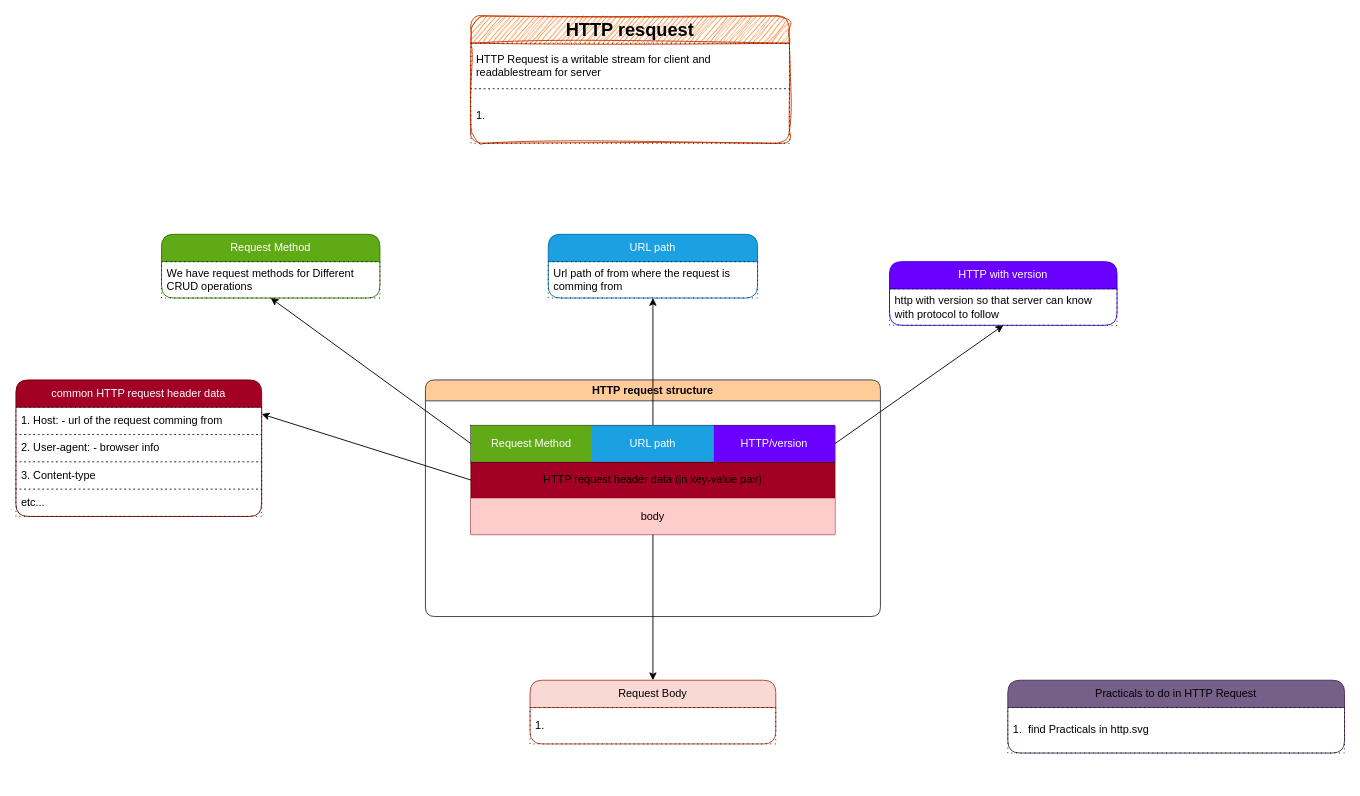
Earlier version of the draw.io diagram computer-networking/protocols/hypertext-transfer-protocol/http-req/httpreq.dio (knkrn5/Programming-Concepts). Source tidied: cells renumbered, new cells numbered last; positions are measured from the earlier drawing's top-left corner, leaving out a move shared by most shapes. Both pictures are drawn from the tidied source at 91%, with x=0, y=0 at pixel (15, 15).
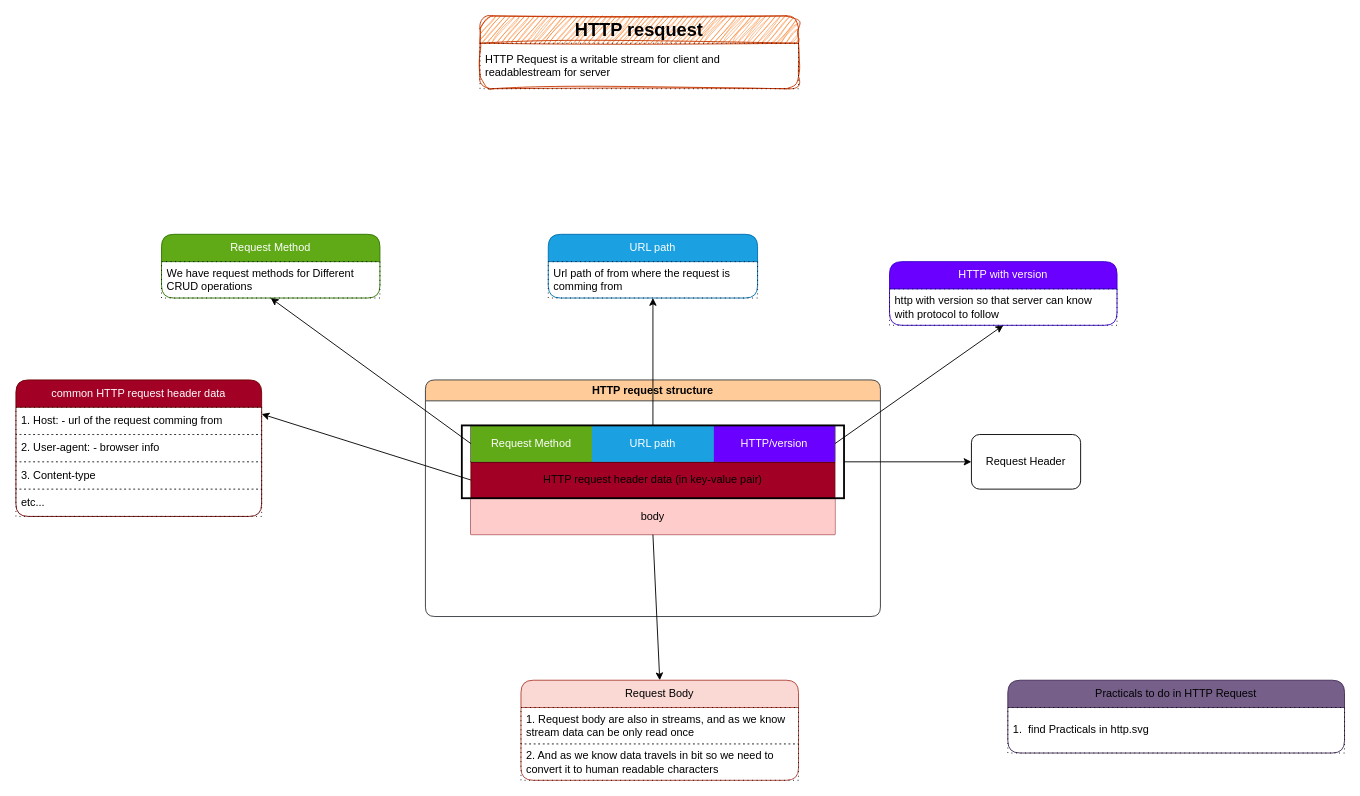
The same page after the edit.

The edit, as a diff of the source:
```diff
@@
     <mxCell id="2" value="&lt;span style=&quot;font-size: 20px;&quot;&gt;&lt;b&gt;HTTP resquest&lt;/b&gt;&lt;/span&gt;" style="swimlane;fontStyle=0;horizontal=1;startSize=30;whiteSpace=wrap;html=1;rounded=1;fillColor=#fa6800;fontColor=#000000;strokeColor=#C73500;sketch=1;curveFitting=1;jiggle=2;" parent="1" vertex="1">
-      <mxGeometry x="500" width="350" height="140" as="geometry" />
+      <mxGeometry x="510" width="350" height="80" as="geometry" />
     </mxCell>
@@
-    <mxCell id="4" value="1.&amp;nbsp;" style="text;strokeColor=default;fillColor=none;align=left;verticalAlign=middle;spacingLeft=4;spacingRight=4;overflow=hidden;whiteSpace=wrap;html=1;dashed=1;dashPattern=1 4;" parent="2" vertex="1">
-      <mxGeometry y="80" width="350" height="60" as="geometry" />
-    </mxCell>
@@
     <mxCell id="22" value="Request Body" style="swimlane;fontStyle=0;horizontal=1;startSize=30;whiteSpace=wrap;html=1;rounded=1;fillColor=#fad9d5;strokeColor=#ae4132;" parent="1" vertex="1">
-      <mxGeometry x="565" y="730" width="270" height="70" as="geometry" />
+      <mxGeometry x="555" y="730" width="305" height="110" as="geometry" />
     </mxCell>
-    <mxCell id="23" value="1." style="text;strokeColor=default;fillColor=none;align=left;verticalAlign=middle;spacingLeft=4;spacingRight=4;overflow=hidden;whiteSpace=wrap;html=1;dashed=1;dashPattern=1 4;" parent="22" vertex="1">
-      <mxGeometry y="30" width="270" height="40" as="geometry" />
+    <mxCell id="23" value="1. Request body are also in streams, and as we know stream data can be only read once" style="text;strokeColor=default;fillColor=none;align=left;verticalAlign=middle;spacingLeft=4;spacingRight=4;overflow=hidden;whiteSpace=wrap;html=1;dashed=1;dashPattern=1 4;" parent="22" vertex="1">
+      <mxGeometry y="30" width="305" height="40" as="geometry" />
     </mxCell>
+    <mxCell id="36" value="2. And as we know data travels in bit so we need to convert it to human readable characters" style="text;strokeColor=default;fillColor=none;align=left;verticalAlign=middle;spacingLeft=4;spacingRight=4;overflow=hidden;whiteSpace=wrap;html=1;dashed=1;dashPattern=1 4;" parent="22" vertex="1">
+      <mxGeometry y="70" width="305" height="40" as="geometry" />
+    </mxCell>
@@
+    <mxCell id="37" style="edgeStyle=none;html=1;exitX=1;exitY=0.5;exitDx=0;exitDy=0;strokeColor=light-dark(#000000,#FFFF00);entryX=0;entryY=0.5;entryDx=0;entryDy=0;" parent="1" edge="1" source="38" target="39">
+      <mxGeometry relative="1" as="geometry" />
+    </mxCell>
+    <mxCell id="38" style="whiteSpace=wrap;html=1;fillColor=none;strokeWidth=2;strokeColor=light-dark(#000000,#FFFF00);" parent="1" vertex="1">
+      <mxGeometry x="490" y="450" width="420" height="80" as="geometry" />
+    </mxCell>
+    <mxCell id="39" value="Request Header" style="rounded=1;whiteSpace=wrap;html=1;strokeColor=light-dark(#000000,#FFFF00);" parent="1" vertex="1">
+      <mxGeometry x="1050" y="460" width="120" height="60" as="geometry" />
+    </mxCell>
```
